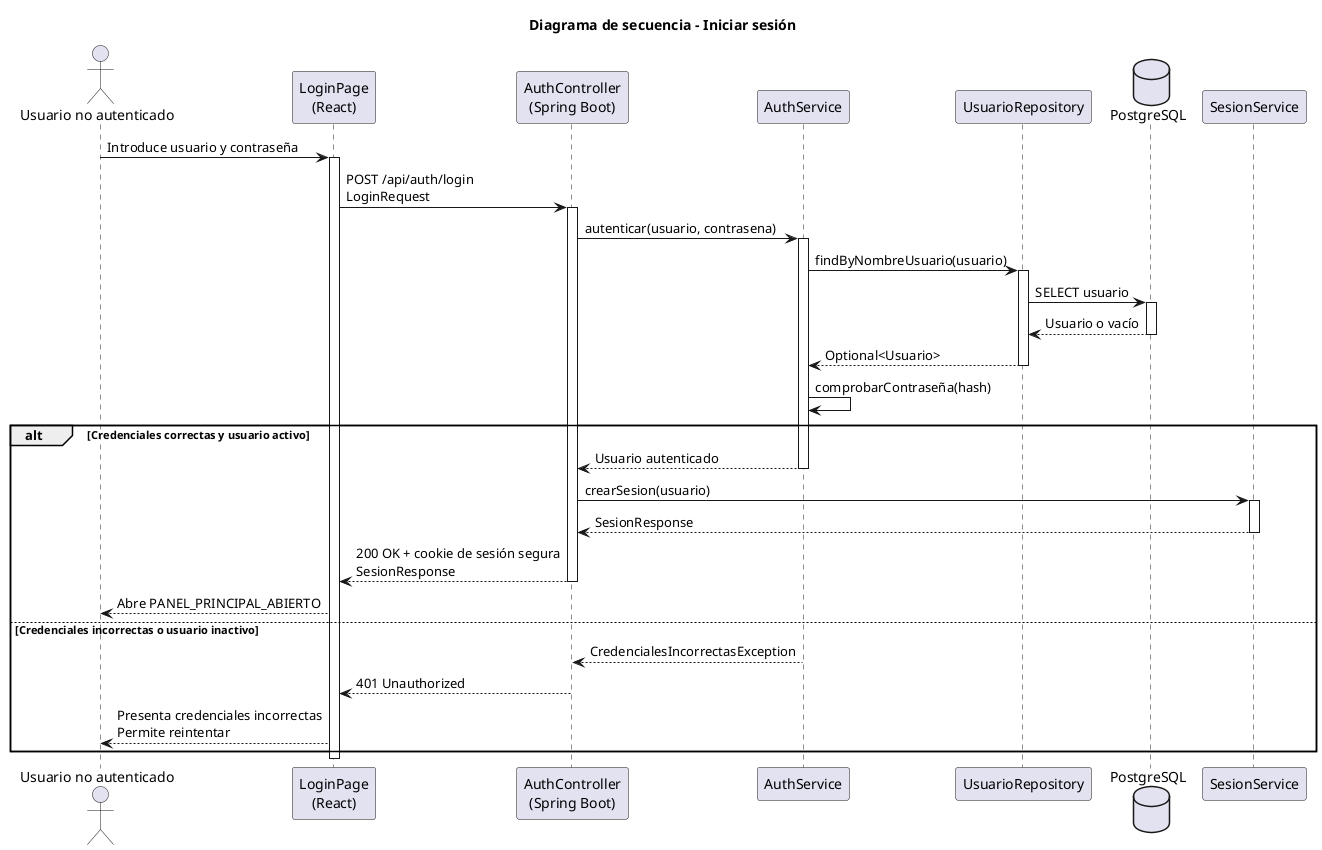
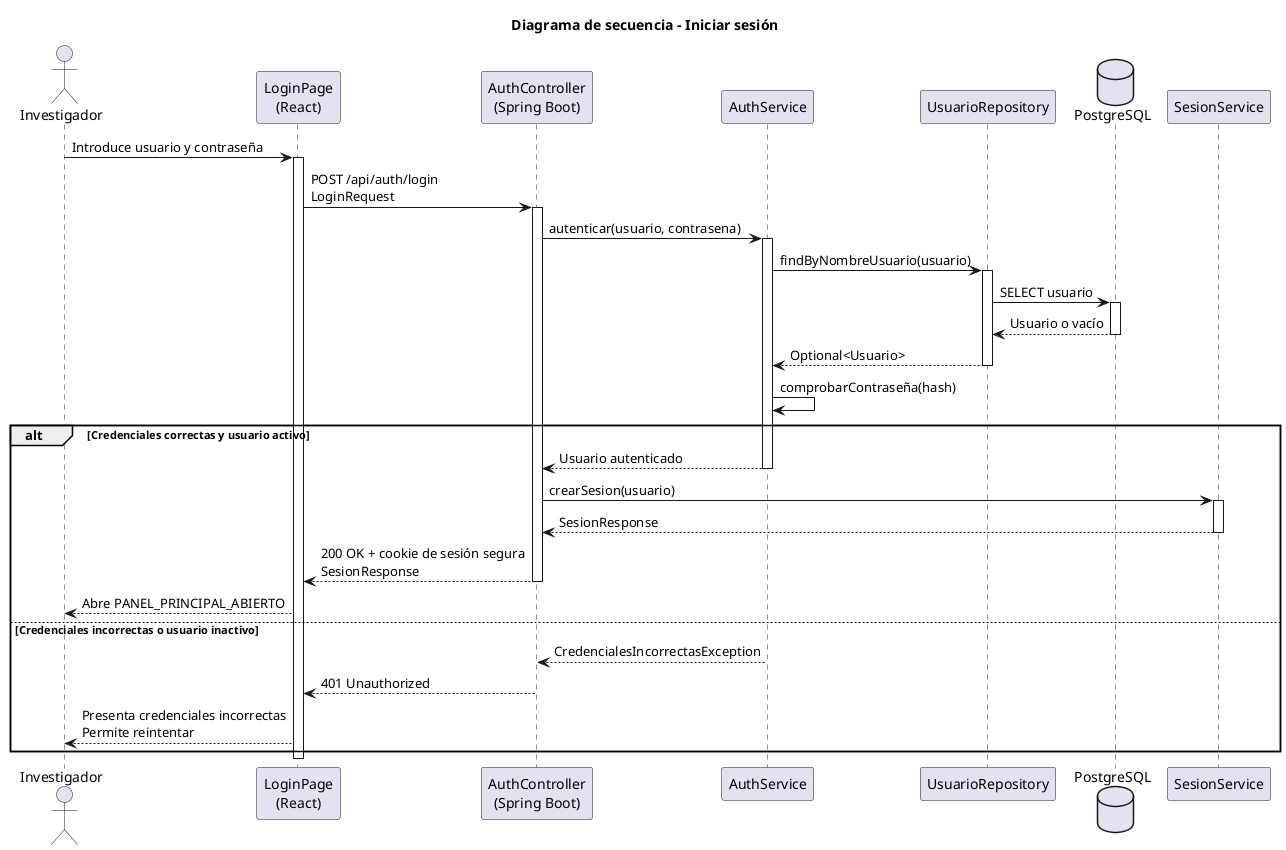
@startuml iniciarSesion-diseño
title Diagrama de secuencia - Iniciar sesión

- actor "Usuario no autenticado" as Usuario
+ actor Investigador
participant "LoginPage\n(React)" as Frontend
participant "AuthController\n(Spring Boot)" as Api
participant "AuthService" as Auth
participant "UsuarioRepository" as Repo
database "PostgreSQL" as Database
participant "SesionService" as Sesion

- Usuario -> Frontend: Introduce usuario y contraseña
+ Investigador -> Frontend: Introduce usuario y contraseña
activate Frontend
Frontend -> Api: POST /api/auth/login\nLoginRequest
activate Api
Api -> Auth: autenticar(usuario, contrasena)
activate Auth
Auth -> Repo: findByNombreUsuario(usuario)
activate Repo
Repo -> Database: SELECT usuario
activate Database
Database --> Repo: Usuario o vacío
deactivate Database
Repo --> Auth: Optional<Usuario>
deactivate Repo
Auth -> Auth: comprobarContraseña(hash)

alt Credenciales correctas y usuario activo
    Auth --> Api: Usuario autenticado
    deactivate Auth
    Api -> Sesion: crearSesion(usuario)
    activate Sesion
    Sesion --> Api: SesionResponse
    deactivate Sesion
    Api --> Frontend: 200 OK + cookie de sesión segura\nSesionResponse
    deactivate Api
-     Frontend --> Usuario: Abre PANEL_PRINCIPAL_ABIERTO
+     Frontend --> Investigador: Abre PANEL_PRINCIPAL_ABIERTO
else Credenciales incorrectas o usuario inactivo
    Auth --> Api: CredencialesIncorrectasException
    deactivate Auth
    Api --> Frontend: 401 Unauthorized
    deactivate Api
-     Frontend --> Usuario: Presenta credenciales incorrectas\nPermite reintentar
+     Frontend --> Investigador: Presenta credenciales incorrectas\nPermite reintentar
end
deactivate Frontend

@enduml
- 
